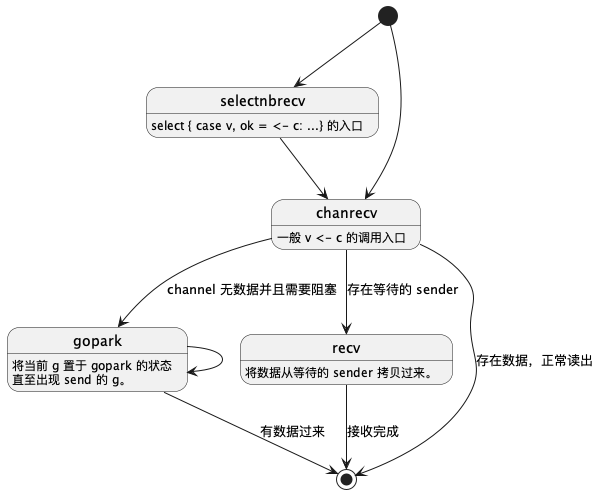
Above: images/chan-recv.png in liyan-ah/liyan-ah.github.io (PlantUML), before the change.
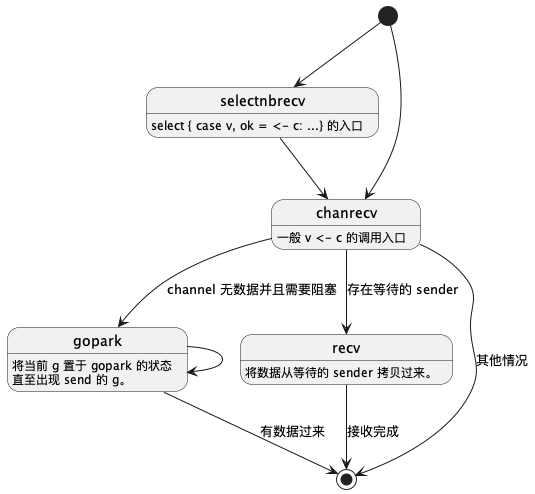
Above is the later version.

Diff of the diagram source:
```diff
@@ -11,7 +11,7 @@
 gopark --> gopark
 chanrecv --> recv : 存在等待的 sender
 recv: 将数据从等待的 sender 拷贝过来。
-chanrecv --> [*] : 存在数据，正常读出
+chanrecv --> [*] : 其他情况
 recv --> [*] : 接收完成
 gopark --> [*] : 有数据过来
 @enduml
```
